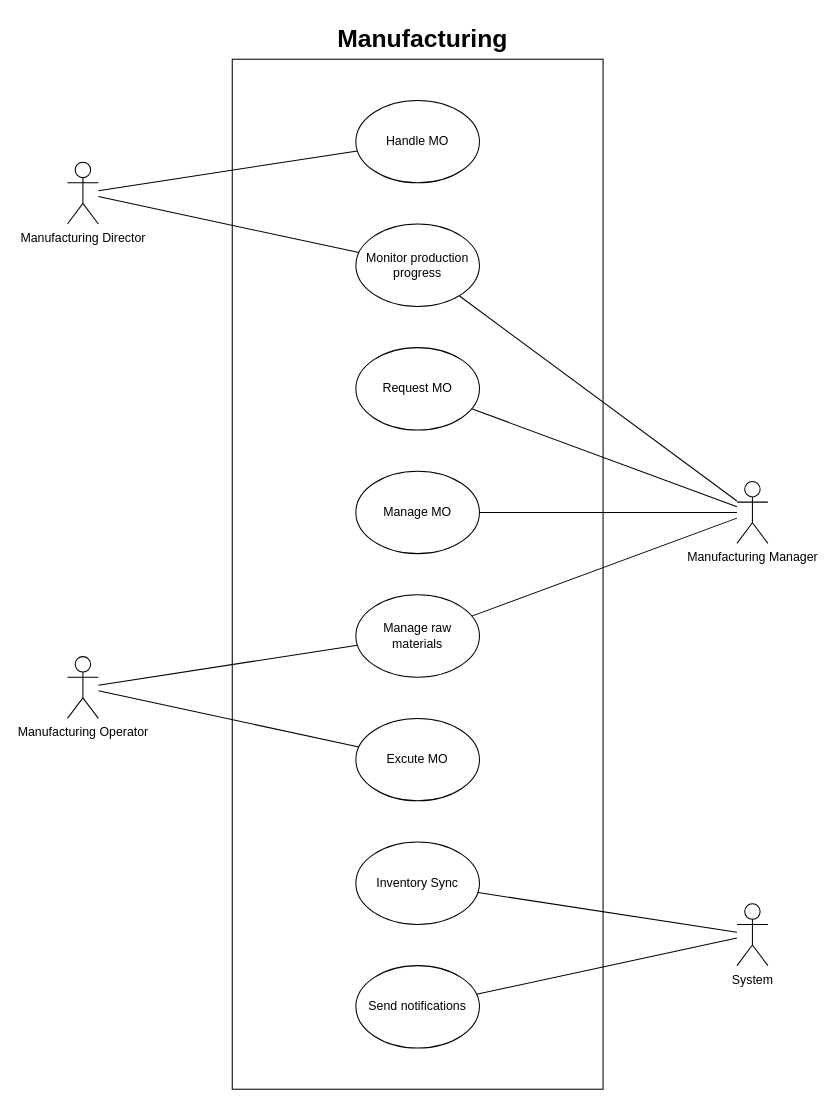
dinhquanelv/ypp4-documents keeps this draw.io diagram as page "Manufacturing" (1 of 2) of inflow/use-case.drawio. Above is the earlier version. Source tidied: cells renumbered, new cells numbered last; positions are measured from the earlier drawing's top-left corner, leaving out a move shared by most shapes. Both pictures are drawn from the tidied source at 103%, with x=0, y=0 at pixel (67, 18).
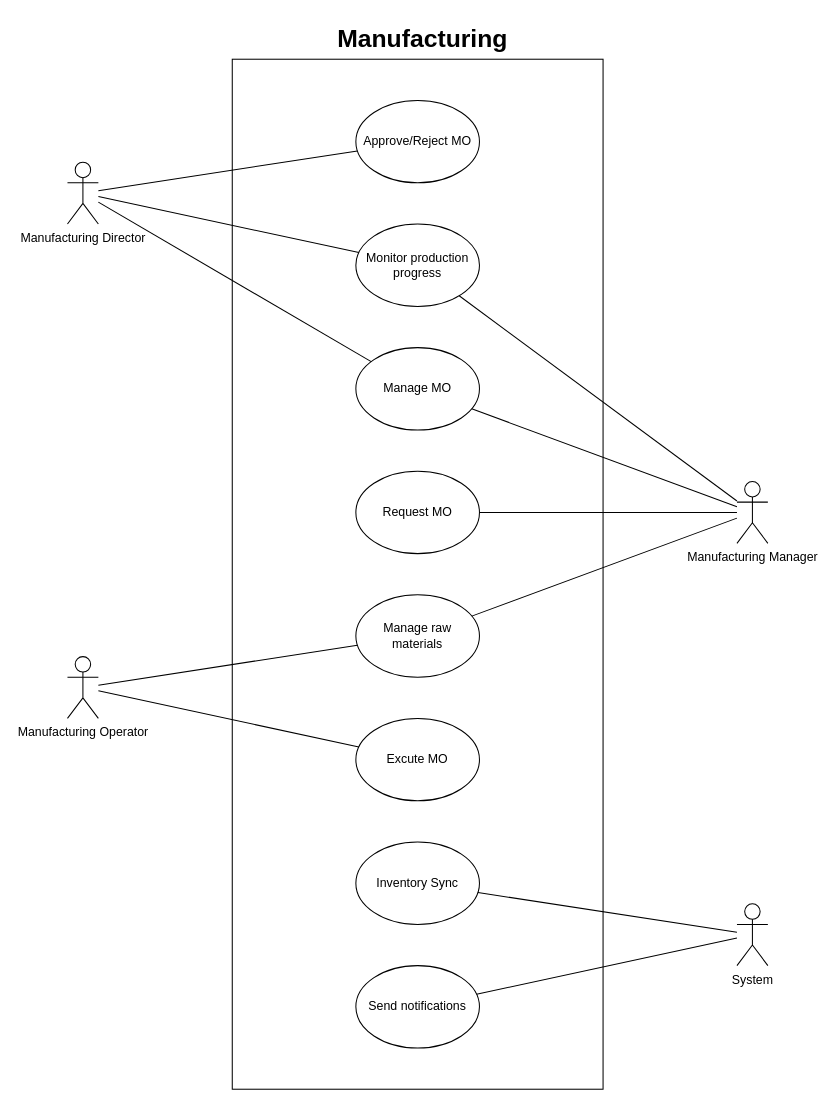
Above is the later version.

Commit message (it also covers changes not shown here):
implement use case for purchasing module

The change refers to these unchanged cells:
```xml
<mxCell id="3" value="Manufacturing Director" style="shape=umlActor;verticalLabelPosition=bottom;verticalAlign=top;html=1;outlineConnect=0;" parent="1" vertex="1">
  <mxGeometry y="140" width="30" height="60" as="geometry" />
</mxCell>
```

The edit, as a diff of the source:
```diff
@@
-    <mxCell id="7" value="Handle MO" style="ellipse;whiteSpace=wrap;html=1;" parent="1" vertex="1">
+    <mxCell id="7" value="Approve/Reject MO" style="ellipse;whiteSpace=wrap;html=1;" parent="1" vertex="1">
       <mxGeometry x="280" y="80" width="120" height="80" as="geometry" />
     </mxCell>
@@
-    <mxCell id="10" value="Manage MO" style="ellipse;whiteSpace=wrap;html=1;" parent="1" vertex="1">
+    <mxCell id="10" value="Request MO" style="ellipse;whiteSpace=wrap;html=1;" parent="1" vertex="1">
       <mxGeometry x="280" y="440" width="120" height="80" as="geometry" />
     </mxCell>
@@
-    <mxCell id="13" value="Request MO" style="ellipse;whiteSpace=wrap;html=1;" parent="1" vertex="1">
+    <mxCell id="13" value="Manage MO" style="ellipse;whiteSpace=wrap;html=1;" parent="1" vertex="1">
       <mxGeometry x="280" y="320" width="120" height="80" as="geometry" />
     </mxCell>
@@
+    <mxCell id="26" style="endArrow=none;html=1;rounded=0;" parent="1" edge="1" source="3" target="13">
+      <mxGeometry relative="1" as="geometry" />
+    </mxCell>
```
